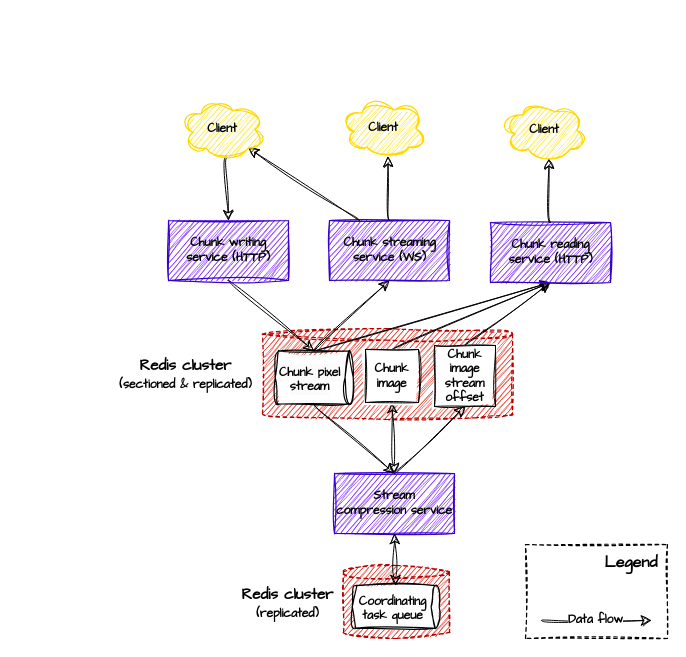
This is docs/system-design/raw.drawio from emptybutton/Pixel-battle-backend, a draw.io file, before an edit. Source tidied: cells renumbered, new cells numbered last; positions are measured from the earlier drawing's top-left corner, leaving out a move shared by most shapes. Both pictures are drawn from the tidied source at 100%, with x=0, y=0 at pixel (114, 97).
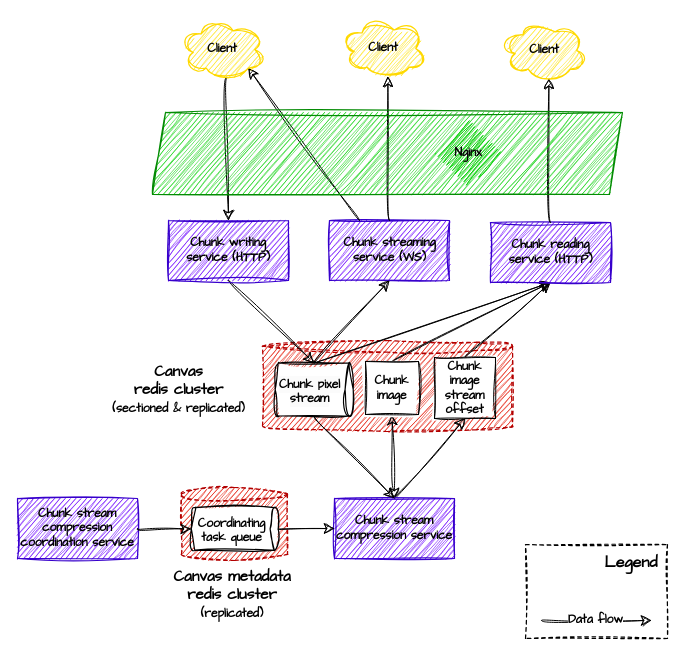
The same diagram, later.

Diff of the diagram source:
```diff
@@
     <mxCell id="3" style="shape=cylinder3;whiteSpace=wrap;html=1;boundedLbl=1;backgroundOutline=1;size=5.793103448275872;sketch=1;hachureGap=4;jiggle=2;curveFitting=1;fontFamily=Architects Daughter;fontStyle=0;dashed=1;strokeColor=#B20000;fillColor=#e51400;fontColor=#ffffff;strokeWidth=1.2;" parent="1" vertex="1">
-      <mxGeometry x="148" y="231" width="250" height="91" as="geometry" />
+      <mxGeometry x="148" y="243" width="250" height="91" as="geometry" />
     </mxCell>
@@
-    <mxCell id="6" value="Redis&amp;nbsp;&lt;span style=&quot;background-color: initial;&quot;&gt;cluster&lt;/span&gt;&lt;div&gt;&lt;font style=&quot;font-size: 12px;&quot;&gt;&lt;span style=&quot;background-color: initial;&quot;&gt;(s&lt;/span&gt;&lt;span style=&quot;background-color: initial;&quot;&gt;ectioned &amp;amp; replicated&lt;/span&gt;&lt;span style=&quot;background-color: initial;&quot;&gt;)&lt;/span&gt;&lt;/font&gt;&lt;/div&gt;" style="text;html=1;align=center;verticalAlign=middle;whiteSpace=wrap;rounded=0;fontSize=15;fontFamily=Architects Daughter;fontStyle=1;" parent="1" vertex="1">
-      <mxGeometry y="262" width="143" height="30" as="geometry" />
+    <mxCell id="6" value="Canvas redis&amp;nbsp;&lt;span style=&quot;background-color: initial;&quot;&gt;cluster&lt;/span&gt;&lt;div&gt;&lt;font style=&quot;font-size: 12px;&quot;&gt;&lt;span style=&quot;background-color: initial;&quot;&gt;(s&lt;/span&gt;&lt;span style=&quot;background-color: initial;&quot;&gt;ectioned &amp;amp; replicated&lt;/span&gt;&lt;span style=&quot;background-color: initial;&quot;&gt;)&lt;/span&gt;&lt;/font&gt;&lt;/div&gt;" style="text;html=1;align=center;verticalAlign=middle;whiteSpace=wrap;rounded=0;fontSize=15;fontFamily=Architects Daughter;fontStyle=1;" parent="1" vertex="1">
+      <mxGeometry x="-7" y="278.5" width="143" height="27" as="geometry" />
     </mxCell>
@@
-    <mxCell id="10" value="Stream compression&amp;nbsp;&lt;span style=&quot;background-color: initial;&quot;&gt;service&lt;/span&gt;" style="rounded=0;whiteSpace=wrap;html=1;sketch=1;hachureGap=4;jiggle=2;curveFitting=1;fontFamily=Architects Daughter;fillColor=#6a00ff;strokeColor=#3700CC;align=center;verticalAlign=middle;fontSize=12;fontColor=#000000;fontStyle=1;strokeWidth=1.2;" parent="1" vertex="1">
-      <mxGeometry x="220" y="376" width="120" height="60" as="geometry" />
+    <mxCell id="10" value="Chunk stream compression&amp;nbsp;&lt;span style=&quot;background-color: initial;&quot;&gt;service&lt;/span&gt;" style="rounded=0;whiteSpace=wrap;html=1;sketch=1;hachureGap=4;jiggle=2;curveFitting=1;fontFamily=Architects Daughter;fillColor=#6a00ff;strokeColor=#3700CC;align=center;verticalAlign=middle;fontSize=12;fontColor=#000000;fontStyle=1;strokeWidth=1.2;" parent="1" vertex="1">
+      <mxGeometry x="220" y="401" width="120" height="60" as="geometry" />
     </mxCell>
     <mxCell id="11" value="Client" style="ellipse;shape=cloud;whiteSpace=wrap;html=1;sketch=1;hachureGap=4;jiggle=2;curveFitting=1;fontFamily=Architects Daughter;fontStyle=1;fillColor=#ffe41a;strokeColor=#ffd900;fontColor=#000000;gradientColor=none;strokeWidth=1.2;" parent="1" vertex="1">
-      <mxGeometry x="65" y="1" width="86" height="62" as="geometry" />
+      <mxGeometry x="65" y="-79" width="86" height="62" as="geometry" />
     </mxCell>
@@
     <mxCell id="13" value="Client" style="ellipse;shape=cloud;whiteSpace=wrap;html=1;sketch=1;hachureGap=4;jiggle=2;curveFitting=1;fontFamily=Architects Daughter;fontStyle=1;fillColor=#ffe41a;strokeColor=#ffd900;fontColor=#000000;gradientColor=none;strokeWidth=1.2;" parent="1" vertex="1">
-      <mxGeometry x="226" width="86" height="62" as="geometry" />
+      <mxGeometry x="226" y="-80" width="86" height="62" as="geometry" />
     </mxCell>
@@
     <mxCell id="17" value="Chunk image" style="whiteSpace=wrap;html=1;sketch=1;hachureGap=4;jiggle=2;curveFitting=1;fontFamily=Architects Daughter;fontStyle=1;" parent="1" vertex="1">
-      <mxGeometry x="251" y="252" width="53" height="53" as="geometry" />
+      <mxGeometry x="251" y="264" width="53" height="53" as="geometry" />
     </mxCell>
@@
     <mxCell id="19" value="Chunk image&lt;div&gt;stream offset&lt;/div&gt;" style="whiteSpace=wrap;html=1;sketch=1;hachureGap=4;jiggle=2;curveFitting=1;fontFamily=Architects Daughter;fontStyle=1;" parent="1" vertex="1">
-      <mxGeometry x="320" y="248" width="61" height="61" as="geometry" />
+      <mxGeometry x="320" y="260" width="61" height="61" as="geometry" />
     </mxCell>
@@
     <mxCell id="22" style="shape=cylinder3;whiteSpace=wrap;html=1;boundedLbl=1;backgroundOutline=1;size=4.048703703703723;sketch=1;hachureGap=4;jiggle=2;curveFitting=1;fontFamily=Architects Daughter;fontStyle=1;rotation=90;labelPosition=center;verticalLabelPosition=middle;align=center;verticalAlign=middle;strokeWidth=1.2;strokeColor=default;textDirection=ltr;" parent="1" vertex="1">
-      <mxGeometry x="173.2" y="241" width="53" height="78" as="geometry" />
+      <mxGeometry x="173.2" y="253" width="53" height="78" as="geometry" />
     </mxCell>
     <mxCell id="23" value="&lt;span style=&quot;color: rgb(0, 0, 0); font-family: &amp;quot;Architects Daughter&amp;quot;; font-size: 12px; font-style: normal; font-variant-ligatures: normal; font-variant-caps: normal; font-weight: 700; letter-spacing: normal; orphans: 2; text-indent: 0px; text-transform: none; widows: 2; word-spacing: 0px; -webkit-text-stroke-width: 0px; white-space: normal; background-color: rgb(251, 251, 251); text-decoration-thickness: initial; text-decoration-style: initial; text-decoration-color: initial; float: none; display: inline !important;&quot;&gt;Chunk pixel&lt;/span&gt;&lt;div style=&quot;&quot;&gt;&lt;span style=&quot;color: rgb(0, 0, 0); font-family: &amp;quot;Architects Daughter&amp;quot;; font-size: 12px; font-style: normal; font-variant-ligatures: normal; font-variant-caps: normal; font-weight: 700; letter-spacing: normal; orphans: 2; text-indent: 0px; text-transform: none; widows: 2; word-spacing: 0px; -webkit-text-stroke-width: 0px; white-space: normal; background-color: rgb(251, 251, 251); text-decoration-thickness: initial; text-decoration-style: initial; text-decoration-color: initial; float: none; display: inline !important;&quot;&gt;stream&lt;/span&gt;&lt;/div&gt;" style="text;whiteSpace=wrap;html=1;fontFamily=Architects Daughter;align=center;" parent="1" vertex="1">
-      <mxGeometry x="159.7" y="261.6" width="71.3" height="28" as="geometry" />
+      <mxGeometry x="159.7" y="273.6" width="71.3" height="28" as="geometry" />
     </mxCell>
@@
     <mxCell id="31" value="Client" style="ellipse;shape=cloud;whiteSpace=wrap;html=1;sketch=1;hachureGap=4;jiggle=2;curveFitting=1;fontFamily=Architects Daughter;fontStyle=1;fillColor=#ffe41a;strokeColor=#ffd900;fontColor=#000000;gradientColor=none;strokeWidth=1.2;" parent="1" vertex="1">
-      <mxGeometry x="387" y="2" width="86" height="62" as="geometry" />
+      <mxGeometry x="387" y="-78" width="86" height="62" as="geometry" />
     </mxCell>
     <mxCell id="32" style="shape=cylinder3;whiteSpace=wrap;html=1;boundedLbl=1;backgroundOutline=1;size=6.5000000000001705;sketch=1;hachureGap=4;jiggle=2;curveFitting=1;fontFamily=Architects Daughter;fontStyle=0;dashed=1;strokeColor=#B20000;fillColor=#e51400;fontColor=#ffffff;strokeWidth=1.2;" parent="1" vertex="1">
-      <mxGeometry x="229" y="468" width="106" height="73" as="geometry" />
+      <mxGeometry x="67" y="390" width="106" height="73" as="geometry" />
     </mxCell>
     <mxCell id="33" style="shape=cylinder3;whiteSpace=wrap;html=1;boundedLbl=1;backgroundOutline=1;size=4.048703703703723;sketch=1;hachureGap=4;jiggle=2;curveFitting=1;fontFamily=Architects Daughter;fontStyle=1;rotation=90;labelPosition=center;verticalLabelPosition=middle;align=center;verticalAlign=middle;strokeWidth=1.2;strokeColor=default;textDirection=ltr;" parent="1" vertex="1">
-      <mxGeometry x="260" y="466" width="42.5" height="86.9" as="geometry" />
+      <mxGeometry x="99" y="388" width="42.5" height="86.9" as="geometry" />
     </mxCell>
     <mxCell id="34" value="Coordinating task queue" style="text;whiteSpace=wrap;html=1;fontFamily=Architects Daughter;align=center;fontStyle=1;" parent="1" vertex="1">
-      <mxGeometry x="245" y="491" width="67" height="28" as="geometry" />
+      <mxGeometry x="84" y="413" width="67" height="28" as="geometry" />
     </mxCell>
-    <mxCell id="35" value="Redis&amp;nbsp;&lt;span style=&quot;background-color: initial;&quot;&gt;cluster&lt;/span&gt;&lt;div&gt;&lt;font style=&quot;font-size: 12px;&quot;&gt;&lt;span style=&quot;background-color: initial;&quot;&gt;(&lt;/span&gt;&lt;span style=&quot;background-color: initial;&quot;&gt;replicated&lt;/span&gt;&lt;span style=&quot;background-color: initial;&quot;&gt;)&lt;/span&gt;&lt;/font&gt;&lt;/div&gt;" style="text;html=1;align=center;verticalAlign=middle;whiteSpace=wrap;rounded=0;fontSize=15;fontFamily=Architects Daughter;fontStyle=1;" parent="1" vertex="1">
-      <mxGeometry x="117" y="481" width="113" height="49" as="geometry" />
+    <mxCell id="35" value="Canvas metadata redis&amp;nbsp;&lt;span style=&quot;background-color: initial;&quot;&gt;cluster&lt;/span&gt;&lt;div&gt;&lt;font style=&quot;font-size: 12px;&quot;&gt;&lt;span style=&quot;background-color: initial;&quot;&gt;(&lt;/span&gt;&lt;span style=&quot;background-color: initial;&quot;&gt;replicated&lt;/span&gt;&lt;span style=&quot;background-color: initial;&quot;&gt;)&lt;/span&gt;&lt;/font&gt;&lt;/div&gt;" style="text;html=1;align=center;verticalAlign=middle;whiteSpace=wrap;rounded=0;fontSize=15;fontFamily=Architects Daughter;fontStyle=1;" parent="1" vertex="1">
+      <mxGeometry x="52" y="472" width="132" height="49" as="geometry" />
     </mxCell>
-    <mxCell id="36" style="edgeStyle=none;curved=1;rounded=0;sketch=1;hachureGap=4;jiggle=2;curveFitting=1;jettySize=auto;html=1;exitX=0;exitY=0.5;exitDx=0;exitDy=0;fontFamily=Architects Daughter;fontSize=12;startSize=8;endSize=8;exitPerimeter=0;entryX=0.5;entryY=1;entryDx=0;entryDy=0;endArrow=classic;endFill=1;startArrow=classic;startFill=1;" parent="1" edge="1" source="33" target="10">
+    <mxCell id="36" style="edgeStyle=none;curved=1;rounded=0;sketch=1;hachureGap=4;jiggle=2;curveFitting=1;jettySize=auto;html=1;exitX=0.5;exitY=0;exitDx=0;exitDy=0;fontFamily=Architects Daughter;fontSize=12;startSize=8;endSize=8;exitPerimeter=0;entryX=0;entryY=0.5;entryDx=0;entryDy=0;endArrow=classic;endFill=1;startArrow=none;startFill=0;" parent="1" edge="1" source="33" target="10">
       <mxGeometry relative="1" as="geometry" />
     </mxCell>
+    <mxCell id="37" style="shape=parallelogram;perimeter=parallelogramPerimeter;whiteSpace=wrap;html=1;fixedSize=1;sketch=1;hachureGap=4;jiggle=2;curveFitting=1;fontFamily=Architects Daughter;rounded=0;strokeColor=#048b04;strokeWidth=1.2;align=center;verticalAlign=middle;fontSize=12;fontColor=#050505;fontStyle=1;fillColor=#0fd20f;size=13;" parent="1" vertex="1">
+      <mxGeometry x="38" y="15" width="470" height="82" as="geometry" />
+    </mxCell>
+    <mxCell id="38" value="Nginx" style="rhombus;whiteSpace=wrap;html=1;sketch=1;hachureGap=4;jiggle=2;curveFitting=1;fontFamily=Architects Daughter;rounded=0;strokeColor=none;strokeWidth=2;align=center;verticalAlign=middle;fontSize=12;fontStyle=1;fillColor=#0fd20f;fontColor=#050505;" parent="1" vertex="1">
+      <mxGeometry x="321" y="23" width="66" height="66" as="geometry" />
+    </mxCell>
+    <mxCell id="39" value="Chunk stream compression coordination service" style="rounded=0;whiteSpace=wrap;html=1;sketch=1;hachureGap=4;jiggle=2;curveFitting=1;fontFamily=Architects Daughter;fillColor=#6a00ff;strokeColor=#3700CC;align=center;verticalAlign=middle;fontSize=12;fontColor=#000000;fontStyle=1;strokeWidth=1.2;" parent="1" vertex="1">
+      <mxGeometry x="-97" y="401" width="120" height="60" as="geometry" />
+    </mxCell>
+    <mxCell id="40" style="edgeStyle=none;curved=1;rounded=0;sketch=1;hachureGap=4;jiggle=2;curveFitting=1;jettySize=auto;html=1;exitX=1;exitY=0.5;exitDx=0;exitDy=0;entryX=0.5;entryY=1;entryDx=0;entryDy=0;entryPerimeter=0;fontFamily=Architects Daughter;fontSize=12;startSize=8;endSize=8;" parent="1" edge="1" source="39" target="33">
+      <mxGeometry relative="1" as="geometry" />
+    </mxCell>
```
